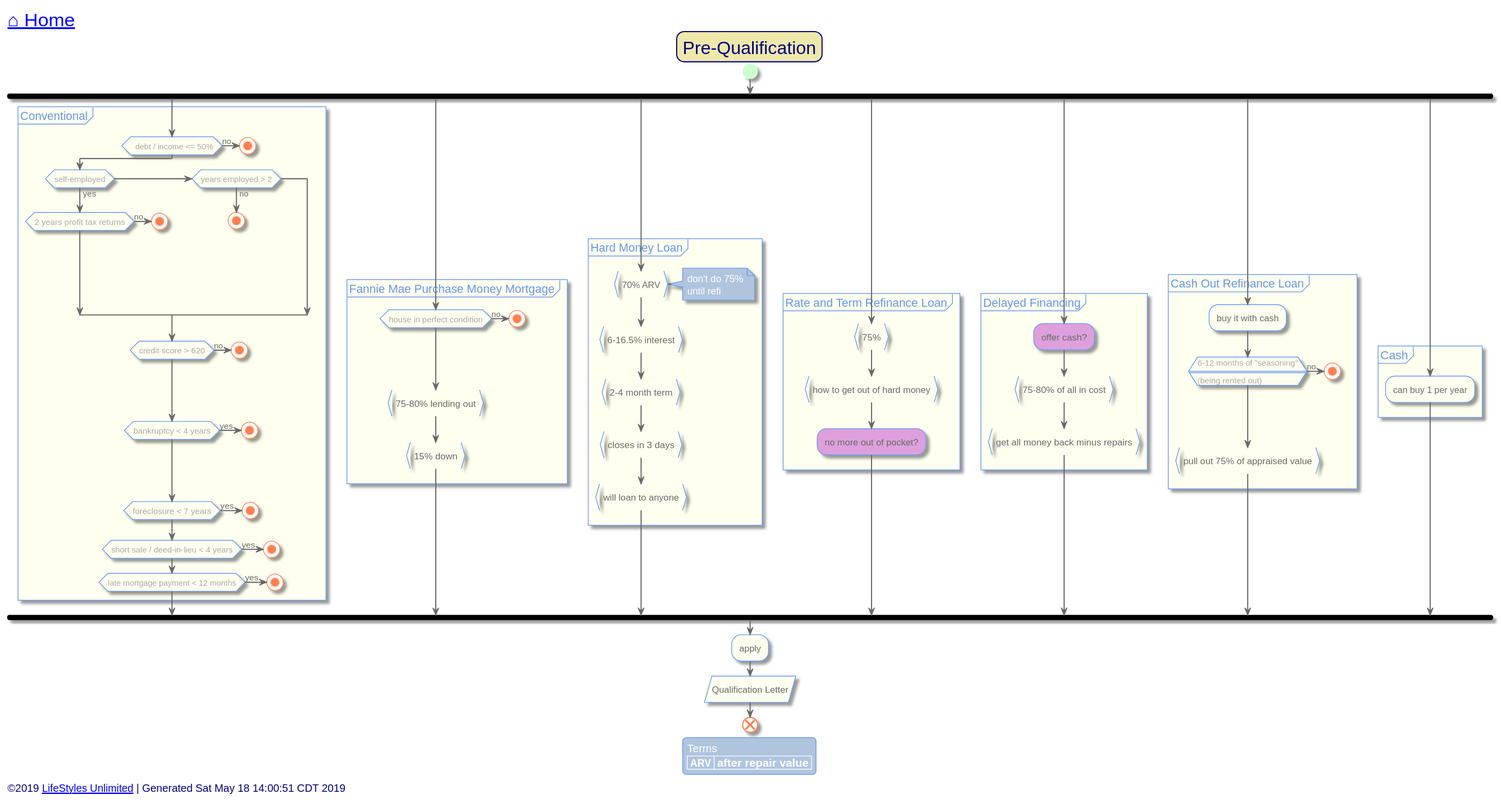
toddmo/lifestylesunlimited keeps this PlantUML diagram as out/src/single-family/pre-qualification.svg. Above is the earlier version. Its diagram source:
```plantuml
@startuml pre-qualification


skinparam {
  BorderColor Red
  PathHoverColor Blue
}

skinparam Title {
  FontColor Navy
  BackgroundColor PaleGoldenRod
  BorderColor Navy
  BorderRoundCorner 20
  FontSize 24
}

skinparam activity {
  BackgroundColor Ivory
  BorderColor CornflowerBlue
  BorderThickness 1
  FontColor DimGray


  Arrow {
    Color dimgray
    FontColor dimgray
  }

  Start {
    Color PHYSICAL
  }

  End {
    Color Coral
  }

  Diamond {
    BackgroundColor Ivory
    BorderColor CornflowerBlue
    FontColor DarkGray
  }

  BackgroundColor<< Exception >> Red
	BorderColor<< Exception >> White
}

skinparam Swimlane {
  BorderColor CornflowerBlue
}

skinparam Partition {
  BackgroundColor Ivory
  BorderColor CornflowerBlue
  BorderThickness 1
  FontColor CornflowerBlue
  FontSize 16
  BorderRoundCorner 20
}

skinparam Note {
  BackgroundColor LightSteelBlue
  BorderColor CornflowerBlue
  FontColor White
}

skinparam Legend {
  BackgroundColor LightSteelBlue
  BorderColor CornflowerBlue
  FontColor White
}

skinparam Footer {
  FontColor Navy
}


left header
	<font color=Navy size=24>[[../index.svg?sanitize=true ⌂ Home]]</font>
endheader


	Title Pre-Qualification

	start

  fork

    partition Conventional {

      if(  debt / income <= 50%) then(no)
        stop
      endif

      if(self-employed) then (yes)
        if(2 years profit tax returns) then(no)
          stop
        endif
      elseif(years employed > 2) then(no)
        stop
      endif

      if(credit score > 620) then(no)
        stop
      endif
      if(bankruptcy < 4 years) then(yes)
        stop
      endif
      if(foreclosure < 7 years) then(yes)
        stop
      endif
      if(short sale / deed-in-lieu < 4 years) then(yes)
        stop
      endif
      if(late mortgage payment < 12 months) then(yes)
        stop
      endif

    }

  fork again
    partition "Fannie Mae Purchase Money Mortgage" {
      if(house in perfect condition) then (no)
        stop
      endif
      :75-80% lending out}
      :15% down}
    }

  fork again
    partition "Hard Money Loan" {
      :70% ARV}
      note right: don't do 75%\nuntil refi
      :6-16.5% interest}
      :2-4 month term}
      :closes in 3 days}
      :will loan to anyone}
    }

  fork again
    partition "Rate and Term Refinance Loan" {
      :75%}
      :how to get out of hard money}
      #Plum:no more out of pocket?;
    }

  fork again
    partition "Delayed Financing" {
      #Plum:offer cash?;
      :75-80% of all in cost}
      :get all money back minus repairs}
    }

  fork again
    partition "Cash Out Refinance Loan" {
      :buy it with cash;
      if(6-12 months of "seasoning"\n====\n(being rented out)) then (no)
        stop
      endif
      :pull out 75% of appraised value}
    }
  fork again
    partition "Cash" {
      :can buy 1 per year;
    }
  end fork

  :apply;

  :Qualification Letter/

  end

  legend
    Terms
    | ARV | after repair value |
  end legend


left footer
	<font size=14>©2019 [[http://www.lifestylesunlimited.com LifeStyles Unlimited]] | Generated Sat May 18 14:00:51 CDT 2019</font>
endfooter


@enduml
```
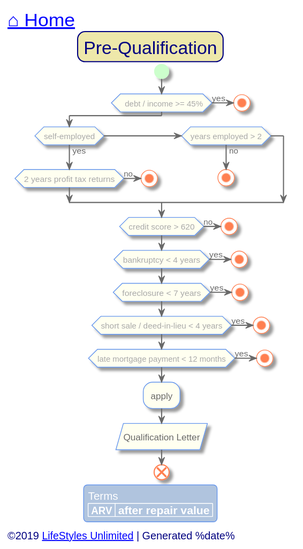
The same file after the commit.

Diff of the diagram source:
```diff
@@ -83,86 +83,34 @@
 
 	start
 
-  fork
+  if(  debt / income >= 45%) then(yes)
+    stop
+  endif
 
-    partition Conventional {
+  if(self-employed) then (yes)
+    if(2 years profit tax returns) then(no)
+      stop
+    endif
+  elseif(years employed > 2) then(no)
+    stop
+  endif
 
-      if(  debt / income <= 50%) then(no)
-        stop
-      endif
+  if(credit score > 620) then(no)
+    stop
+  endif
+  if(bankruptcy < 4 years) then(yes)
+    stop
+  endif
+  if(foreclosure < 7 years) then(yes)
+    stop
+  endif
+  if(short sale / deed-in-lieu < 4 years) then(yes)
+    stop
+  endif
+  if(late mortgage payment < 12 months) then(yes)
+    stop
+  endif
 
-      if(self-employed) then (yes)
-        if(2 years profit tax returns) then(no)
-          stop
-        endif
-      elseif(years employed > 2) then(no)
-        stop
-      endif
-
-      if(credit score > 620) then(no)
-        stop
-      endif
-      if(bankruptcy < 4 years) then(yes)
-        stop
-      endif
-      if(foreclosure < 7 years) then(yes)
-        stop
-      endif
-      if(short sale / deed-in-lieu < 4 years) then(yes)
-        stop
-      endif
-      if(late mortgage payment < 12 months) then(yes)
-        stop
-      endif
-
-    }
-
-  fork again
-    partition "Fannie Mae Purchase Money Mortgage" {
-      if(house in perfect condition) then (no)
-        stop
-      endif
-      :75-80% lending out}
-      :15% down}
-    }
-
-  fork again
-    partition "Hard Money Loan" {
-      :70% ARV}
-      note right: don't do 75%\nuntil refi
-      :6-16.5% interest}
-      :2-4 month term}
-      :closes in 3 days}
-      :will loan to anyone}
-    }
-
-  fork again
-    partition "Rate and Term Refinance Loan" {
-      :75%}
-      :how to get out of hard money}
-      #Plum:no more out of pocket?;
-    }
-
-  fork again
-    partition "Delayed Financing" {
-      #Plum:offer cash?;
-      :75-80% of all in cost}
-      :get all money back minus repairs}
-    }
-
-  fork again
-    partition "Cash Out Refinance Loan" {
-      :buy it with cash;
-      if(6-12 months of "seasoning"\n====\n(being rented out)) then (no)
-        stop
-      endif
-      :pull out 75% of appraised value}
-    }
-  fork again
-    partition "Cash" {
-      :can buy 1 per year;
-    }
-  end fork
 
   :apply;
 
@@ -177,7 +125,7 @@
 
 
 left footer
-	<font size=14>©2019 [[http://www.lifestylesunlimited.com LifeStyles Unlimited]] | Generated Sat May 18 14:00:51 CDT 2019</font>
+	<font size=14>©2019 [[http://www.lifestylesunlimited.com LifeStyles Unlimited]] | Generated %date%</font>
 endfooter
 
 
```
